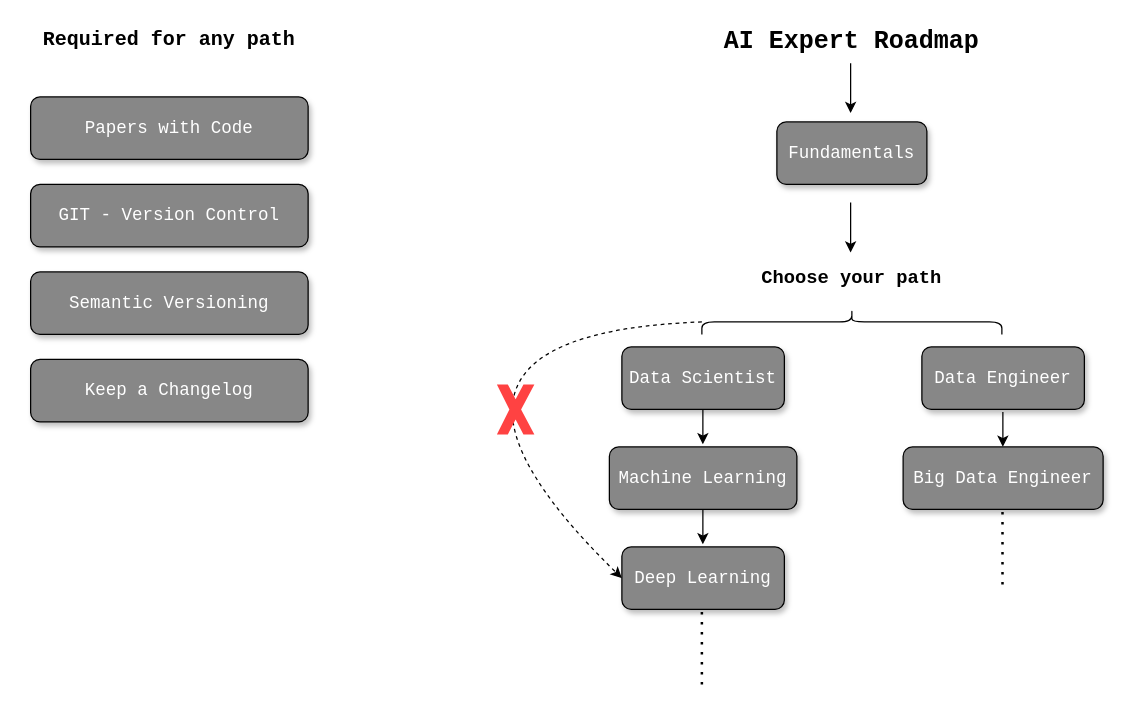
Above: docs/__design__/Introduction.drawio in joshiayush/ai (draw.io), before the change. Source tidied: cells renumbered, new cells numbered last; positions are measured from the earlier drawing's top-left corner, leaving out a move shared by most shapes. Both pictures are drawn from the tidied source at 125%, with x=0, y=0 at pixel (21, 21).
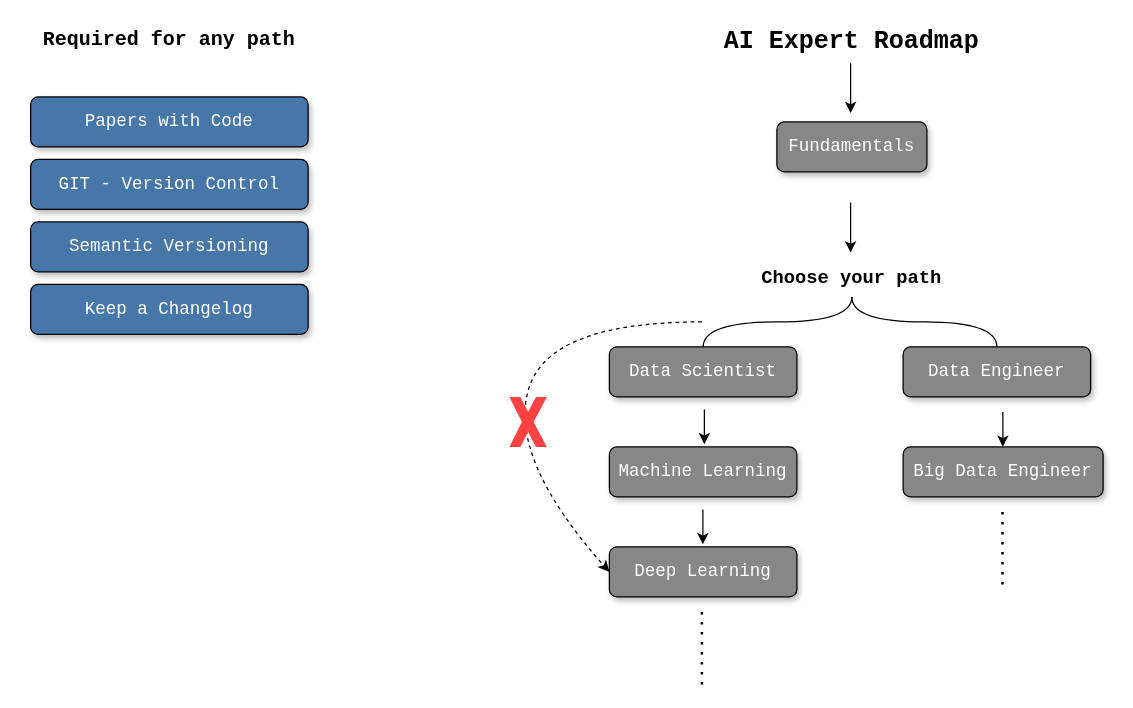
The same diagram, later.

Commit message (it also covers changes not shown here):
Update `AI Expert` roadmap beginning

The change refers to these unchanged cells:
```xml
<mxCell id="5" value="Choose your path" style="text;html=1;strokeColor=none;fillColor=none;align=center;verticalAlign=middle;whiteSpace=wrap;rounded=0;fontFamily=Courier New;fontStyle=1;fontSize=15;" parent="1" vertex="1">
  <mxGeometry x="582" y="190" width="164" height="30" as="geometry" />
</mxCell>
```

Change to the diagram source:
```diff
@@
     <mxCell id="3" value="&lt;font style=&quot;font-size: 14px;&quot;&gt;Fundamentals&lt;/font&gt;" style="rounded=1;whiteSpace=wrap;html=1;fontFamily=Courier New;fontColor=#ffffff;fillColor=#878787;shadow=1;" parent="1" vertex="1">
-      <mxGeometry x="604" y="80" width="120" height="50" as="geometry" />
+      <mxGeometry x="604" y="80" width="120" height="40" as="geometry" />
     </mxCell>
@@
+    <mxCell id="25" style="edgeStyle=orthogonalEdgeStyle;jettySize=auto;html=1;exitX=0.5;exitY=1;exitDx=0;exitDy=0;entryX=0.5;entryY=0;entryDx=0;entryDy=0;curved=1;endArrow=none;endFill=0;" parent="1" edge="1" source="5" target="8">
+      <mxGeometry relative="1" as="geometry" />
+    </mxCell>
+    <mxCell id="26" style="edgeStyle=orthogonalEdgeStyle;jettySize=auto;html=1;exitX=0.5;exitY=1;exitDx=0;exitDy=0;entryX=0.5;entryY=0;entryDx=0;entryDy=0;curved=1;endArrow=none;endFill=0;" parent="1" edge="1" source="5" target="7">
+      <mxGeometry relative="1" as="geometry" />
+    </mxCell>
@@
     <mxCell id="7" value="&lt;font style=&quot;font-size: 14px;&quot;&gt;Data Scientist&lt;/font&gt;" style="rounded=1;whiteSpace=wrap;html=1;fontFamily=Courier New;fontColor=#ffffff;fillColor=#878787;shadow=1;" parent="1" vertex="1">
-      <mxGeometry x="480" y="260" width="130" height="50" as="geometry" />
+      <mxGeometry x="470" y="260" width="150" height="40" as="geometry" />
     </mxCell>
     <mxCell id="8" value="&lt;font style=&quot;font-size: 14px;&quot;&gt;Data Engineer&lt;/font&gt;" style="rounded=1;whiteSpace=wrap;html=1;fontFamily=Courier New;fontColor=#ffffff;fillColor=#878787;shadow=1;" parent="1" vertex="1">
-      <mxGeometry x="720" y="260" width="130" height="50" as="geometry" />
+      <mxGeometry x="705" y="260" width="150" height="40" as="geometry" />
     </mxCell>
-    <mxCell id="9" style="shape=curlyBracket;whiteSpace=wrap;html=1;rounded=1;flipH=1;labelPosition=right;verticalLabelPosition=middle;align=left;verticalAlign=middle;direction=south;" parent="1" vertex="1">
-      <mxGeometry x="544" y="230" width="240" height="20" as="geometry" />
-    </mxCell>
     <mxCell id="10" value="&lt;font style=&quot;font-size: 14px;&quot;&gt;Machine Learning&lt;/font&gt;" style="rounded=1;whiteSpace=wrap;html=1;fontFamily=Courier New;fontColor=#ffffff;fillColor=#878787;shadow=1;" parent="1" vertex="1">
-      <mxGeometry x="470" y="340" width="150" height="50" as="geometry" />
+      <mxGeometry x="470" y="340" width="150" height="40" as="geometry" />
     </mxCell>
     <mxCell id="11" value="&lt;font style=&quot;font-size: 14px;&quot;&gt;Deep Learning&lt;/font&gt;" style="rounded=1;whiteSpace=wrap;html=1;fontFamily=Courier New;fontColor=#ffffff;fillColor=#878787;shadow=1;" parent="1" vertex="1">
-      <mxGeometry x="480" y="420" width="130" height="50" as="geometry" />
+      <mxGeometry x="470" y="420" width="150" height="40" as="geometry" />
     </mxCell>
     <mxCell id="12" style="endArrow=classic;html=1;rounded=0;" parent="1" edge="1">
       <mxGeometry relative="1" as="geometry">
-        <mxPoint x="544.8" y="310" as="sourcePoint" />
-        <mxPoint x="544.8" y="338" as="targetPoint" />
+        <mxPoint x="546" y="310" as="sourcePoint" />
+        <mxPoint x="546" y="338" as="targetPoint" />
       </mxGeometry>
     </mxCell>
@@
     <mxCell id="14" value="&lt;font style=&quot;font-size: 14px;&quot;&gt;Big Data Engineer&lt;/font&gt;" style="rounded=1;whiteSpace=wrap;html=1;fontFamily=Courier New;fontColor=#ffffff;fillColor=#878787;shadow=1;" parent="1" vertex="1">
-      <mxGeometry x="705" y="340" width="160" height="50" as="geometry" />
+      <mxGeometry x="705" y="340" width="160" height="40" as="geometry" />
     </mxCell>
@@
-    <mxCell id="18" style="curved=1;endArrow=classic;html=1;rounded=0;entryX=0;entryY=0.5;entryDx=0;entryDy=0;exitX=0.5;exitY=1;exitDx=0;exitDy=0;dashed=1;" parent="1" edge="1" source="9" target="11">
+    <mxCell id="18" style="curved=1;endArrow=classic;html=1;rounded=0;entryX=0;entryY=0.5;entryDx=0;entryDy=0;dashed=1;" parent="1" edge="1" target="11">
       <mxGeometry relative="1" as="geometry">
+        <mxPoint x="544" y="240" as="sourcePoint" />
         <Array as="points">
-          <mxPoint x="280" y="250" />
+          <mxPoint x="420" y="240" />
+          <mxPoint x="390" y="350" />
         </Array>
       </mxGeometry>
     </mxCell>
     <mxCell id="19" style="verticalLabelPosition=bottom;verticalAlign=top;html=1;shape=mxgraph.basic.x;fillColor=#ff4242;strokeColor=none;" parent="1" vertex="1">
-      <mxGeometry x="380" y="290" width="30" height="40" as="geometry" />
+      <mxGeometry x="390" y="300" width="30" height="40" as="geometry" />
     </mxCell>
@@
-    <mxCell id="21" value="&lt;font style=&quot;font-size: 14px;&quot;&gt;Papers with Code&lt;/font&gt;" style="rounded=1;whiteSpace=wrap;html=1;fontFamily=Courier New;fontColor=#ffffff;fillColor=#878787;shadow=1;" parent="1" vertex="1">
-      <mxGeometry x="7" y="60" width="222" height="50" as="geometry" />
+    <mxCell id="21" value="&lt;font style=&quot;font-size: 14px;&quot;&gt;Papers with Code&lt;/font&gt;" style="rounded=1;whiteSpace=wrap;html=1;fontFamily=Courier New;fontColor=#ffffff;fillColor=#4776a9;shadow=1;" parent="1" vertex="1">
+      <mxGeometry x="7" y="60" width="222" height="40" as="geometry" />
     </mxCell>
-    <mxCell id="22" value="&lt;font style=&quot;font-size: 14px;&quot;&gt;GIT - Version Control&lt;/font&gt;" style="rounded=1;whiteSpace=wrap;html=1;fontFamily=Courier New;fontColor=#ffffff;fillColor=#878787;shadow=1;" parent="1" vertex="1">
-      <mxGeometry x="7" y="130" width="222" height="50" as="geometry" />
+    <mxCell id="22" value="&lt;font style=&quot;font-size: 14px;&quot;&gt;GIT - Version Control&lt;/font&gt;" style="rounded=1;whiteSpace=wrap;html=1;fontFamily=Courier New;fontColor=#ffffff;fillColor=#4776a9;shadow=1;" parent="1" vertex="1">
+      <mxGeometry x="7" y="110" width="222" height="40" as="geometry" />
     </mxCell>
-    <mxCell id="23" value="&lt;font style=&quot;font-size: 14px;&quot;&gt;Semantic Versioning&lt;/font&gt;" style="rounded=1;whiteSpace=wrap;html=1;fontFamily=Courier New;fontColor=#ffffff;fillColor=#878787;shadow=1;" parent="1" vertex="1">
-      <mxGeometry x="7" y="200" width="222" height="50" as="geometry" />
+    <mxCell id="23" value="&lt;font style=&quot;font-size: 14px;&quot;&gt;Semantic Versioning&lt;/font&gt;" style="rounded=1;whiteSpace=wrap;html=1;fontFamily=Courier New;fontColor=#ffffff;fillColor=#4776a9;shadow=1;" parent="1" vertex="1">
+      <mxGeometry x="7" y="160" width="222" height="40" as="geometry" />
     </mxCell>
-    <mxCell id="24" value="&lt;font style=&quot;font-size: 14px;&quot;&gt;Keep a Changelog&lt;/font&gt;" style="rounded=1;whiteSpace=wrap;html=1;fontFamily=Courier New;fontColor=#ffffff;fillColor=#878787;shadow=1;" parent="1" vertex="1">
-      <mxGeometry x="7" y="270" width="222" height="50" as="geometry" />
+    <mxCell id="24" value="&lt;font style=&quot;font-size: 14px;&quot;&gt;Keep a Changelog&lt;/font&gt;" style="rounded=1;whiteSpace=wrap;html=1;fontFamily=Courier New;fontColor=#ffffff;fillColor=#4776a9;shadow=1;" parent="1" vertex="1">
+      <mxGeometry x="7" y="210" width="222" height="40" as="geometry" />
     </mxCell>
```
